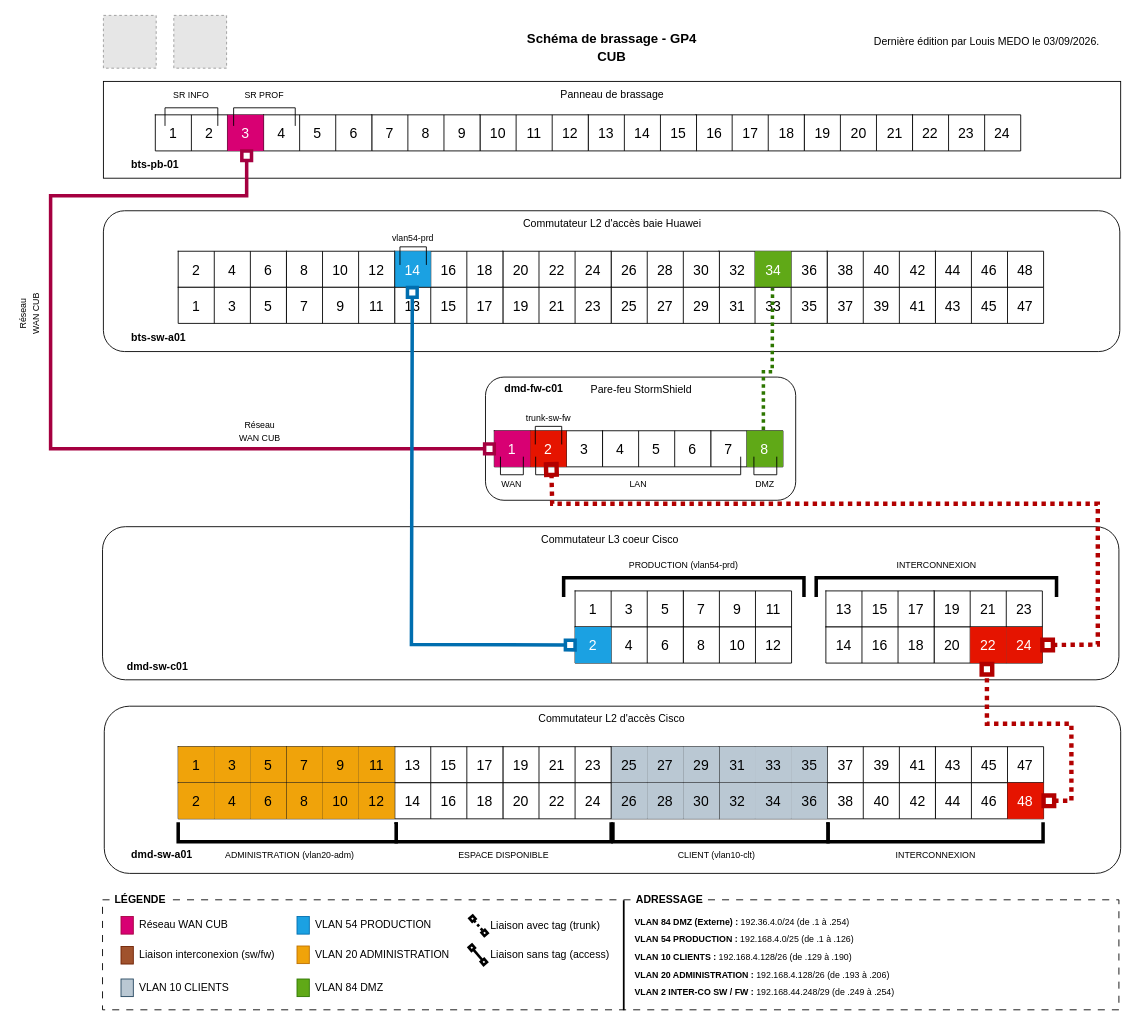
Earlier version of the draw.io diagram docs/ressources/schemas/cub-schema-brassage-gp4.drawio (FireToak/cub-docs). Source tidied: cells renumbered, new cells numbered last; positions are measured from the earlier drawing's top-left corner, leaving out a move shared by most shapes. Both pictures are drawn from the tidied source at 88%, with x=0, y=0 at pixel (2, 15). Pictures stored in the file or linked from it are replaced by grey dashed boxes.
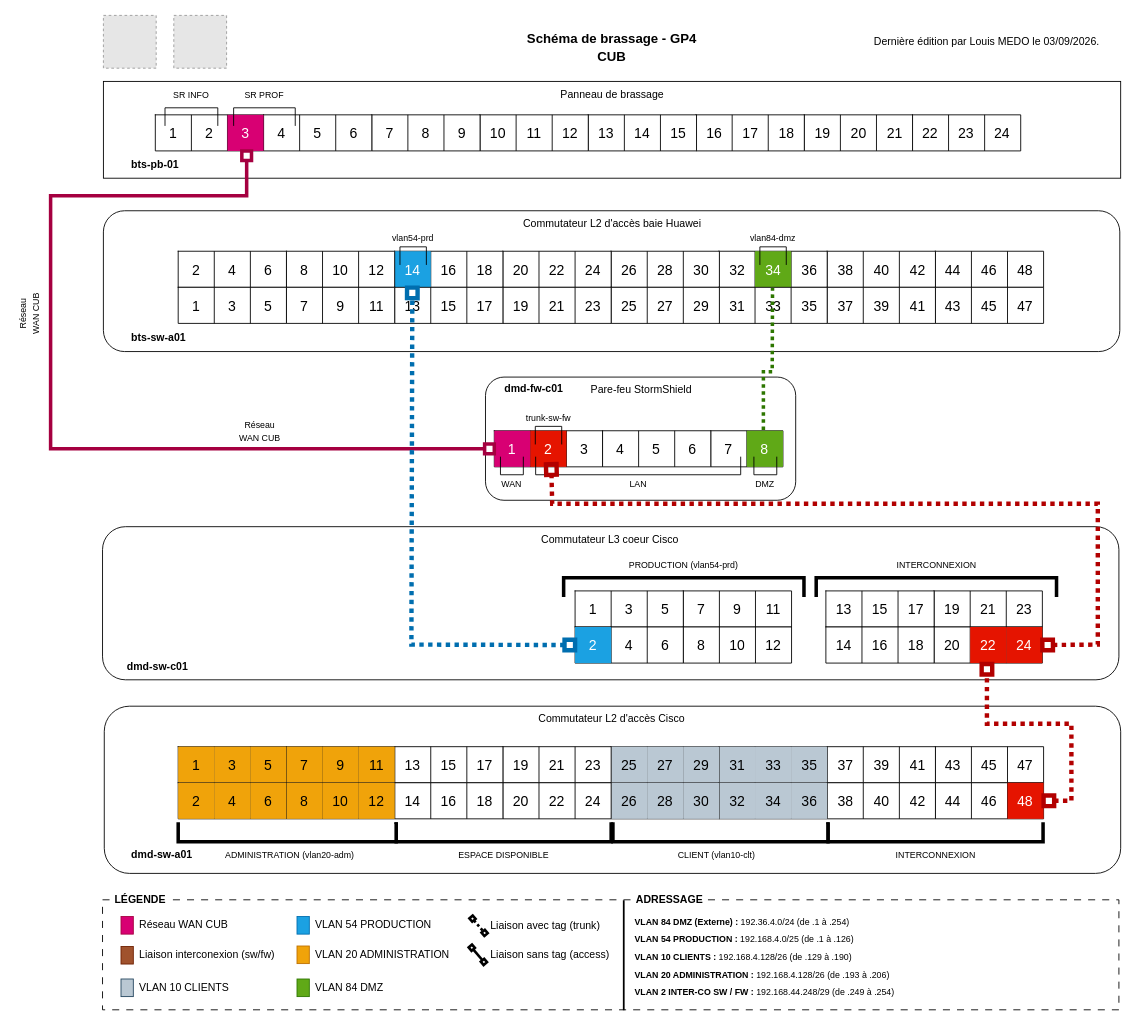
The same diagram, later.

Commit message (it also covers changes not shown here):
chore: ajout d'un commentaire sur le port de la dmz

Unchanged cells that the change refers to:
```xml
<mxCell id="135" style="shape=tableRow;horizontal=0;startSize=0;swimlaneHead=0;swimlaneBody=0;strokeColor=inherit;top=0;left=0;bottom=0;right=0;fillColor=none;points=[[0,0.5],[1,0.5]];portConstraint=eastwest;fontSize=16;" parent="134" vertex="1">
  <mxGeometry width="123" height="41" as="geometry" />
</mxCell>
<mxCell id="190" style="shape=tableRow;horizontal=0;startSize=0;swimlaneHead=0;swimlaneBody=0;strokeColor=inherit;top=0;left=0;bottom=0;right=0;fillColor=none;points=[[0,0.5],[1,0.5]];portConstraint=eastwest;fontSize=16;" parent="189" vertex="1">
  <mxGeometry width="123" height="41" as="geometry" />
</mxCell>
```

Change to the diagram source:
```diff
@@
-    <mxCell id="289" style="endArrow=box;html=1;rounded=0;exitX=0;exitY=0.5;exitDx=0;exitDy=0;strokeWidth=4;startArrow=box;startFill=0;endFill=0;fillColor=#1ba1e2;strokeColor=#006EAF;entryX=0.163;entryY=0.008;entryDx=0;entryDy=0;entryPerimeter=0;" parent="1" edge="1" source="190" target="135">
+    <mxCell id="289" style="endArrow=box;html=1;rounded=0;exitX=0;exitY=0.5;exitDx=0;exitDy=0;strokeWidth=5;startArrow=box;startFill=0;endFill=0;fillColor=#1ba1e2;strokeColor=#006EAF;entryX=0.163;entryY=0.008;entryDx=0;entryDy=0;entryPerimeter=0;dashed=1;dashPattern=1 1;" parent="1" edge="1" source="190" target="135">
       <mxGeometry relative="1" as="geometry">
         <Array as="points">
           <mxPoint x="465" y="715" />
         </Array>
       </mxGeometry>
     </mxCell>
@@
+    <mxCell id="333" style="shape=partialRectangle;whiteSpace=wrap;html=1;bottom=1;right=1;left=1;top=0;fillColor=none;routingCenterX=-0.5;rotation=-180;" parent="1" vertex="1">
+      <mxGeometry x="861" y="263" width="30" height="20" as="geometry" />
+    </mxCell>
+    <mxCell id="334" value="&lt;span style=&quot;font-size: 10px;&quot;&gt;vlan84-dmz&lt;/span&gt;" style="text;html=1;whiteSpace=wrap;strokeColor=none;fillColor=none;align=center;verticalAlign=middle;rounded=0;" parent="1" vertex="1">
+      <mxGeometry x="846" y="243" width="60" height="20" as="geometry" />
+    </mxCell>
```
